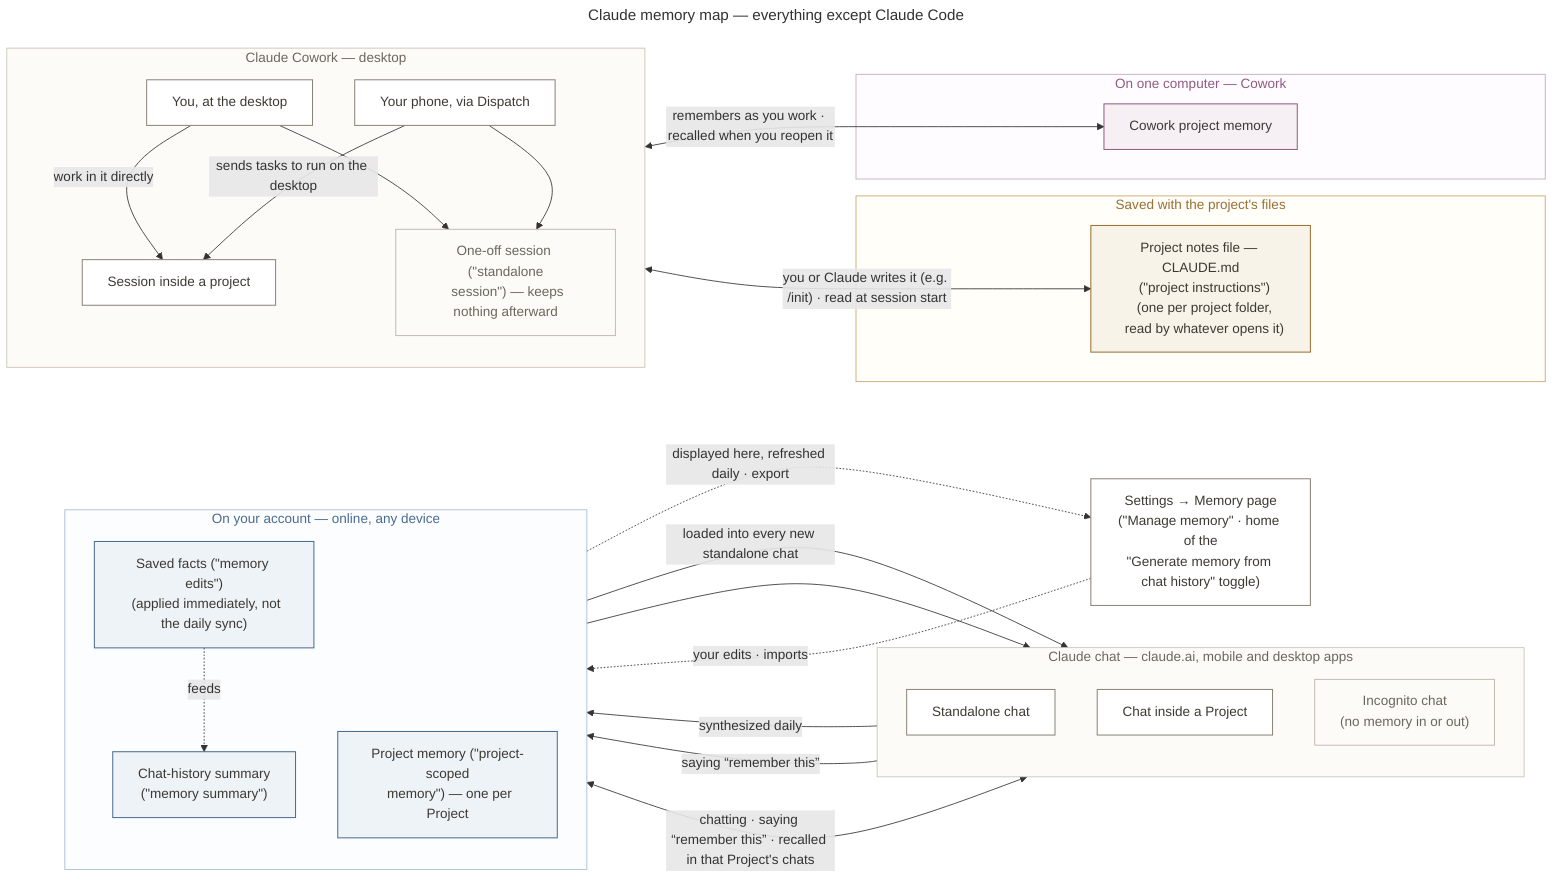
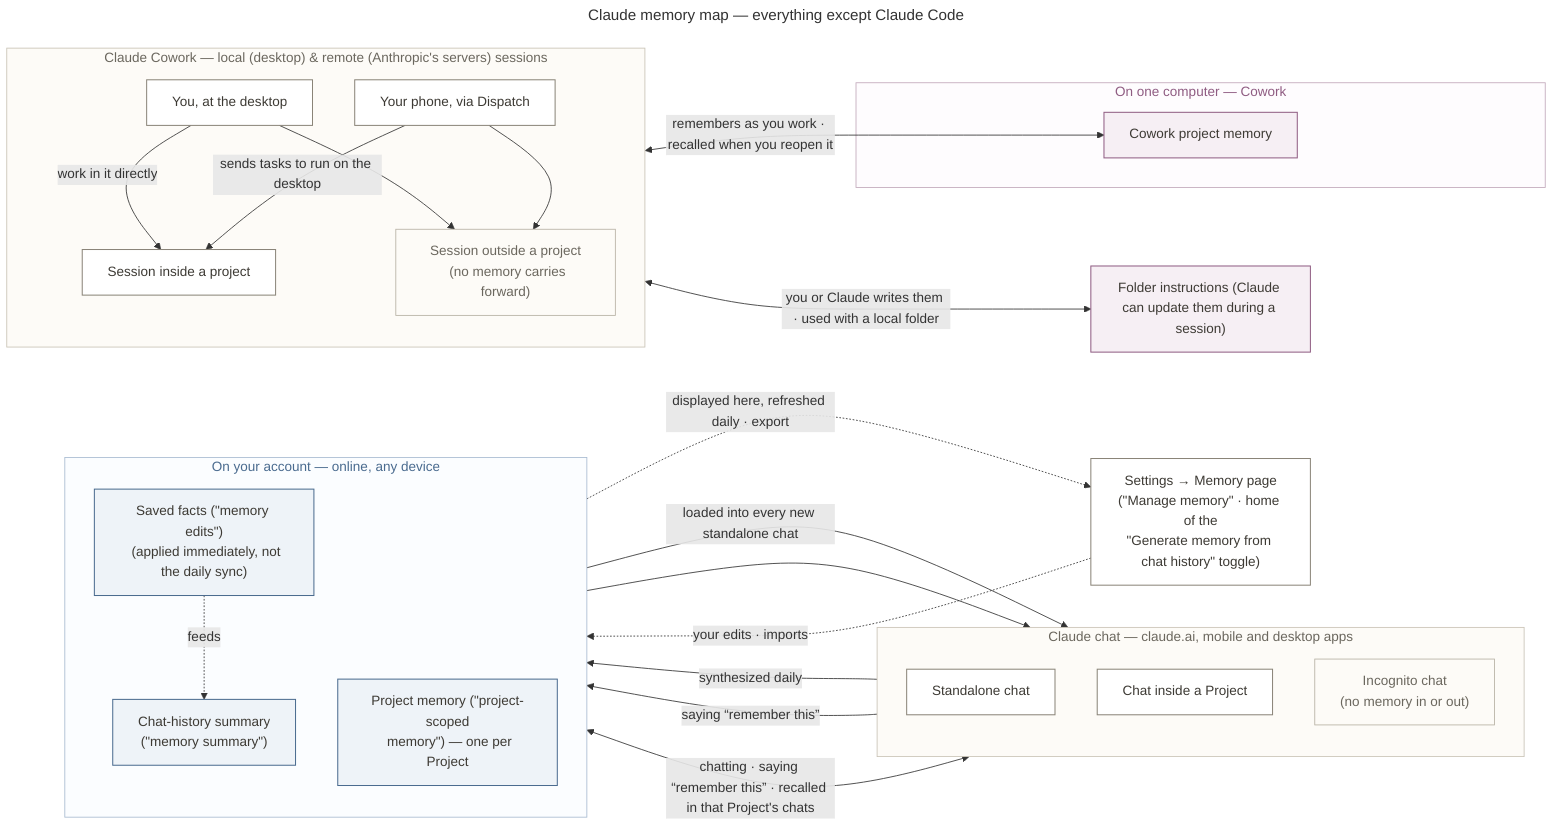
---
title: "Claude memory map — everything except Claude Code"
---
flowchart LR

subgraph CHAT["Claude chat — claude.ai, mobile and desktop apps"]
direction TB
  C1["Standalone chat"]
  C2["Chat inside a Project"]
  C3["Incognito chat
  (no memory in or out)"]
end

subgraph ACCT["On your account — online, any device"]
direction TB
  S1["Saved facts (&quot;memory edits&quot;)
  (applied immediately, not the daily sync)"]
  S2["Chat-history summary
  (&quot;memory summary&quot;)"]
  S3["Project memory (&quot;project-scoped
  memory&quot;) — one per Project"]
end

SET["Settings → Memory page
(&quot;Manage memory&quot; · home of the
&quot;Generate memory from chat history&quot; toggle)"]

- subgraph CW["Claude Cowork — desktop"]
+ subgraph CW["Claude Cowork — local (desktop) & remote (Anthropic's servers) sessions"]
direction TB
  YOU["You, at the desktop"]
  C8["Your phone, via Dispatch"]
  C6["Session inside a project"]
-   C7["One-off session (&quot;standalone
-   session&quot;) — keeps nothing afterward"]
+   C7["Session outside a project
+   (no memory carries forward)"]
end

subgraph CWLOC["On one computer — Cowork"]
  S7["Cowork project memory"]
end

- subgraph REPO["Saved with the project's files"]
-   S4["Project notes file — CLAUDE.md
-   (&quot;project instructions&quot;)
-   (one per project folder,
-   read by whatever opens it)"]
- end
+ S9["Folder instructions (Claude can update them during a session)"]

C1 -- "synthesized daily" --> S2
C1 -- "saying “remember this”" --> S1
S1 -. "feeds" .-> S2
S2 -- "loaded into every new standalone chat" --> C1
S1 --> C1
C2 <-- "chatting · saying “remember this” · recalled in that Project's chats" --> S3
S2 -. "displayed here, refreshed daily · export" .-> SET
SET -. "your edits · imports" .-> S1

C6 <-- "remembers as you work · recalled when you reopen it" --> S7
YOU -- "work in it directly" --> C6
YOU --> C7
C8 -- "sends tasks to run on the desktop" --> C6
C8 --> C7

- CW <-- "you or Claude writes it (e.g. /init) · read at session start" --> S4
+ CW <-- "you or Claude writes them · used with a local folder" --> S9

classDef ctx fill:#FFFFFF,stroke:#8A8478,stroke-width:1.2px,color:#3D3A34
classDef quiet fill:#FDFBF7,stroke:#B7B1A4,stroke-width:1px,color:#6B675E
classDef acct fill:#EEF3F8,stroke:#4A6B8F,stroke-width:1.2px,color:#3D3A34
classDef repo fill:#F7F3E8,stroke:#9A6F33,stroke-width:1.2px,color:#3D3A34
classDef wsl fill:#EFF5F0,stroke:#54805C,stroke-width:1.2px,color:#3D3A34
classDef win fill:#FBF0EC,stroke:#B06A4F,stroke-width:1.2px,color:#3D3A34
classDef mac fill:#EDF1F5,stroke:#5B6B7F,stroke-width:1.2px,color:#3D3A34
classDef cwloc fill:#F6EFF4,stroke:#8F5C82,stroke-width:1.2px,color:#3D3A34
class C1,C2,C6,C8,YOU,SET ctx
class C3,C7 quiet
class S1,S2,S3 acct
- class S4 repo
- class S7 cwloc
+ class S7,S9 cwloc
style CHAT fill:#FDFBF7,stroke:#C9C3B6,stroke-width:1px,color:#6B675E
style CW fill:#FDFBF7,stroke:#C9C3B6,stroke-width:1px,color:#6B675E
style ACCT fill:#FBFDFF,stroke:#A8BBD1,stroke-width:1px,color:#4A6B8F
- style REPO fill:#FFFEF9,stroke:#C9A36B,stroke-width:1px,color:#9A6F33
style CWLOC fill:#FEFCFE,stroke:#C2A9BB,stroke-width:1px,color:#8F5C82
